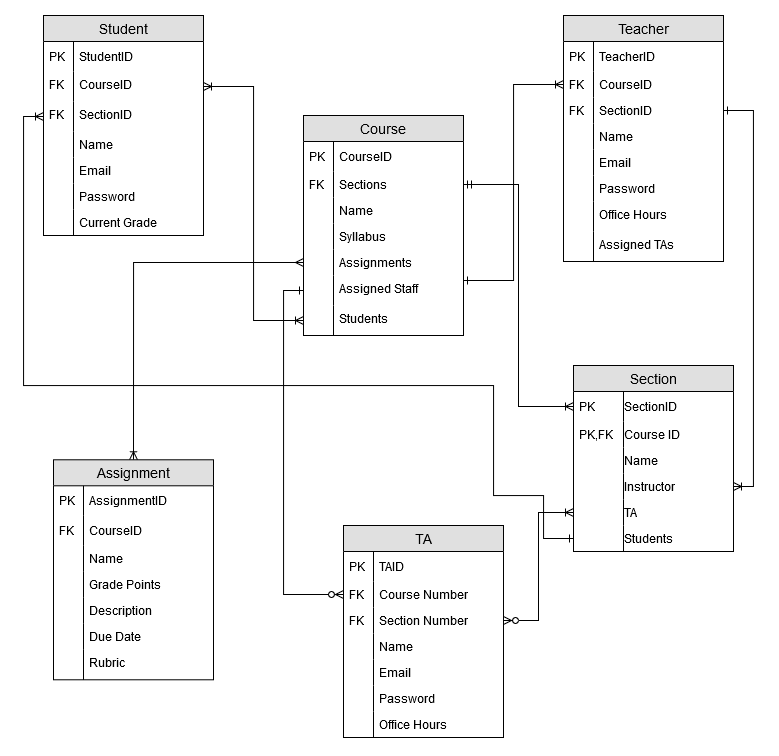
Earlier version of the draw.io export Assignments/Assignment_4/Assignment4ERD.png (jakcqc/sjbcnc). Source tidied: cells renumbered, new cells last; positions are measured from the earlier drawing's top-left corner, leaving out a move shared by most shapes.
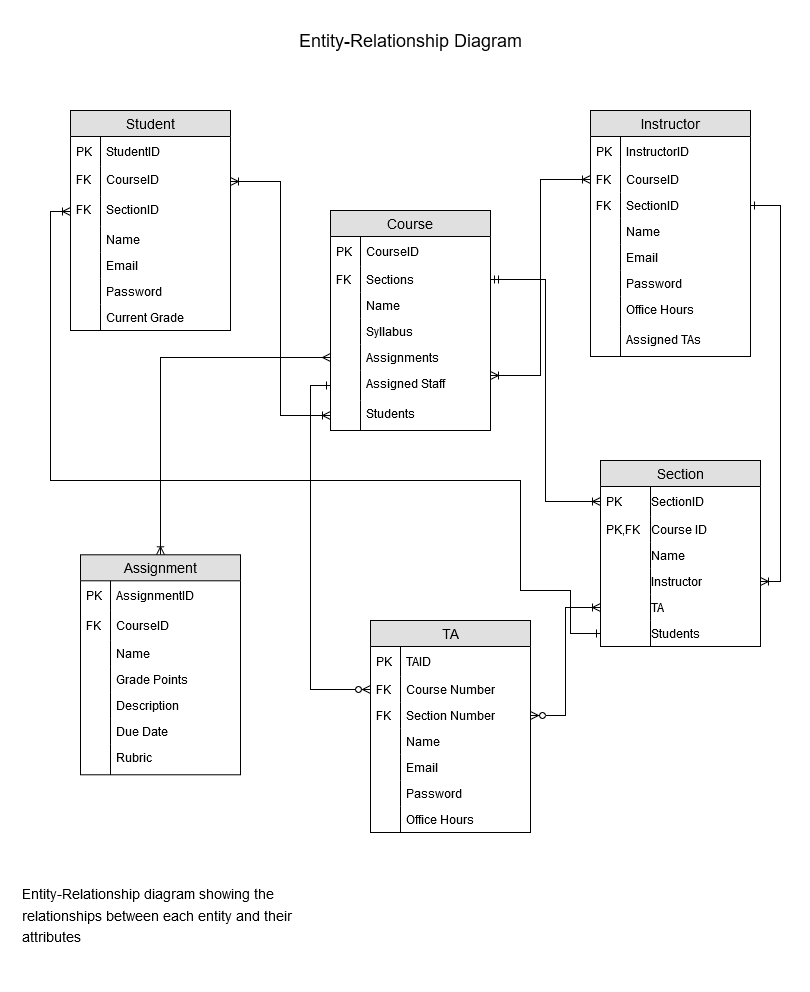
After the change.

The edit, as a diff of the source:
```diff
@@ -113,13 +113,13 @@
     <mxCell id="35" style="shape=partialRectangle;top=0;left=0;bottom=0;fillColor=none;align=left;verticalAlign=top;spacingLeft=4;spacingRight=4;overflow=hidden;fontSize=12;" parent="34" vertex="1">
       <mxGeometry width="30" height="30" as="geometry" />
     </mxCell>
-    <mxCell id="36" style="edgeStyle=orthogonalEdgeStyle;rounded=0;jettySize=auto;html=1;startArrow=ERoneToMany;startFill=0;endArrow=ERone;endFill=0;entryX=1;entryY=0.75;entryDx=0;entryDy=0;exitX=0;exitY=0.5;exitDx=0;exitDy=0;" parent="1" edge="1" source="40" target="21">
+    <mxCell id="36" style="edgeStyle=orthogonalEdgeStyle;rounded=0;jettySize=auto;html=1;startArrow=ERoneToMany;startFill=0;endArrow=ERoneToMany;endFill=0;entryX=1;entryY=0.75;entryDx=0;entryDy=0;exitX=0;exitY=0.5;exitDx=0;exitDy=0;" parent="1" edge="1" source="40" target="21">
       <mxGeometry relative="1" as="geometry" />
     </mxCell>
-    <mxCell id="37" value="Teacher" style="swimlane;fontStyle=0;horizontal=1;startSize=26;fillColor=#e0e0e0;swimlaneFillColor=#ffffff;align=center;fontSize=14;verticalAlign=middle;" parent="1" vertex="1">
+    <mxCell id="37" value="Instructor" style="swimlane;fontStyle=0;horizontal=1;startSize=26;fillColor=#e0e0e0;swimlaneFillColor=#ffffff;align=center;fontSize=14;verticalAlign=middle;" parent="1" vertex="1">
       <mxGeometry x="540" width="160" height="246" as="geometry" />
     </mxCell>
-    <mxCell id="38" value="TeacherID" style="shape=partialRectangle;top=0;left=0;right=0;bottom=1;align=left;verticalAlign=middle;fillColor=none;spacingLeft=34;spacingRight=4;overflow=hidden;fontStyle=0;fontSize=12;strokeColor=none;" parent="37" vertex="1">
+    <mxCell id="38" value="InstructorID" style="shape=partialRectangle;top=0;left=0;right=0;bottom=1;align=left;verticalAlign=middle;fillColor=none;spacingLeft=34;spacingRight=4;overflow=hidden;fontStyle=0;fontSize=12;strokeColor=none;" parent="37" vertex="1">
       <mxGeometry y="26" width="160" height="30" as="geometry" />
     </mxCell>
     <mxCell id="39" value="PK" style="shape=partialRectangle;top=0;left=0;bottom=0;fillColor=none;align=left;verticalAlign=middle;spacingLeft=4;spacingRight=4;overflow=hidden;fontSize=12;" parent="38" vertex="1">
@@ -310,5 +310,11 @@
     <mxCell id="99" style="edgeStyle=orthogonalEdgeStyle;rounded=0;jettySize=auto;html=1;startArrow=ERone;startFill=0;endArrow=ERoneToMany;endFill=0;entryX=1;entryY=0.5;entryDx=0;entryDy=0;" parent="1" edge="1" source="42" target="92">
       <mxGeometry relative="1" as="geometry" />
     </mxCell>
+    <mxCell id="100" value="Entity-Relationship Diagram" style="text;html=1;strokeColor=none;fillColor=none;align=center;verticalAlign=middle;whiteSpace=wrap;rounded=0;fontSize=18;" parent="1" vertex="1">
+      <mxGeometry x="219.7" y="-90" width="280.6" height="40" as="geometry" />
+    </mxCell>
+    <mxCell id="101" value="&lt;div align=&quot;left&quot;&gt;&lt;font style=&quot;font-size: 14px&quot;&gt;Entity-Relationship diagram showing the relationships between each entity and their attributes&lt;/font&gt;&lt;br&gt;&lt;/div&gt;&lt;div&gt;&lt;br&gt;&lt;/div&gt;" style="text;html=1;strokeColor=none;fillColor=none;align=left;verticalAlign=middle;whiteSpace=wrap;rounded=0;fontSize=18;" parent="1" vertex="1">
+      <mxGeometry x="-30" y="770" width="290" height="90" as="geometry" />
+    </mxCell>
   </root>
 </mxGraphModel>
```
